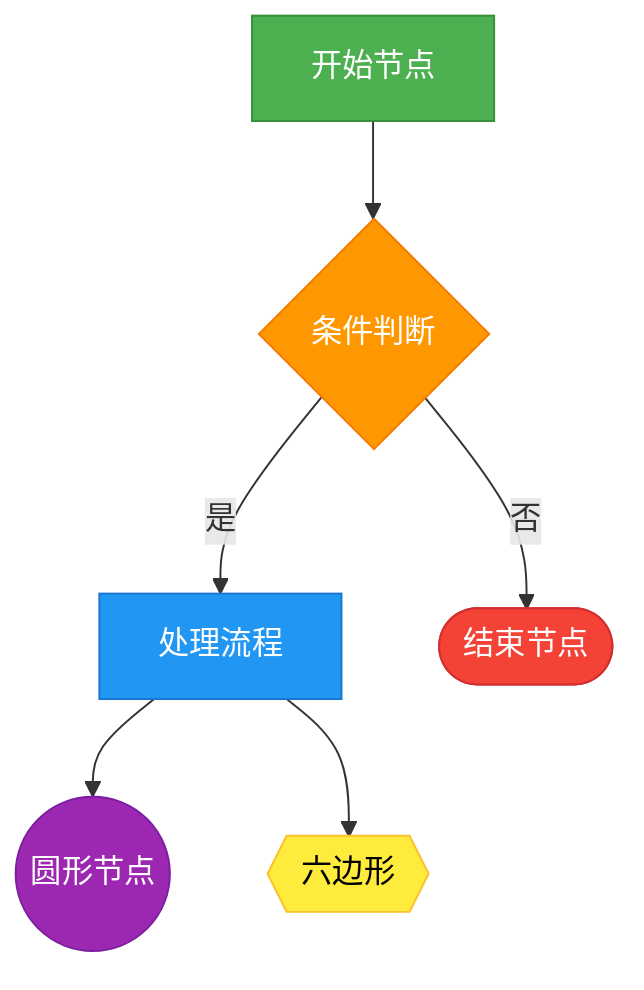
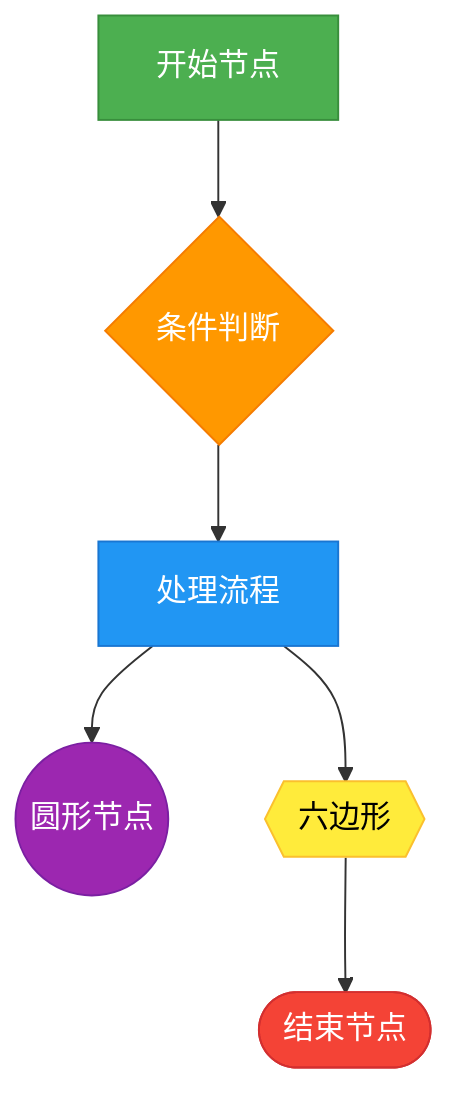
graph TB
-     A[开始节点] --> B{条件判断}
-     B -->|是| C[处理流程]
-     B -->|否| D([结束节点])
-     C --> E((圆形节点))
-     C --> F{{六边形}}
- 
+     A[开始节点]
+     B{条件判断}
+     C[处理流程]
+     D([结束节点])
+     E((圆形节点))
+     F{{六边形}}
+     A--> B
+     C--> E
+     C--> F
+     B--> C
+     F--> D
    style A fill:#4CAF50,stroke:#388E3C,color:white
    style B fill:#FF9800,stroke:#F57C00,color:white
    style C fill:#2196F3,stroke:#1976D2,color:white
    style D fill:#f44336,stroke:#d32f2f,color:white
    style E fill:#9C27B0,stroke:#7B1FA2,color:white
-     style F fill:#FFEB3B,stroke:#FBC02D,color:black
+     style F fill:#FFEB3B,stroke:#FBC02D,color:black